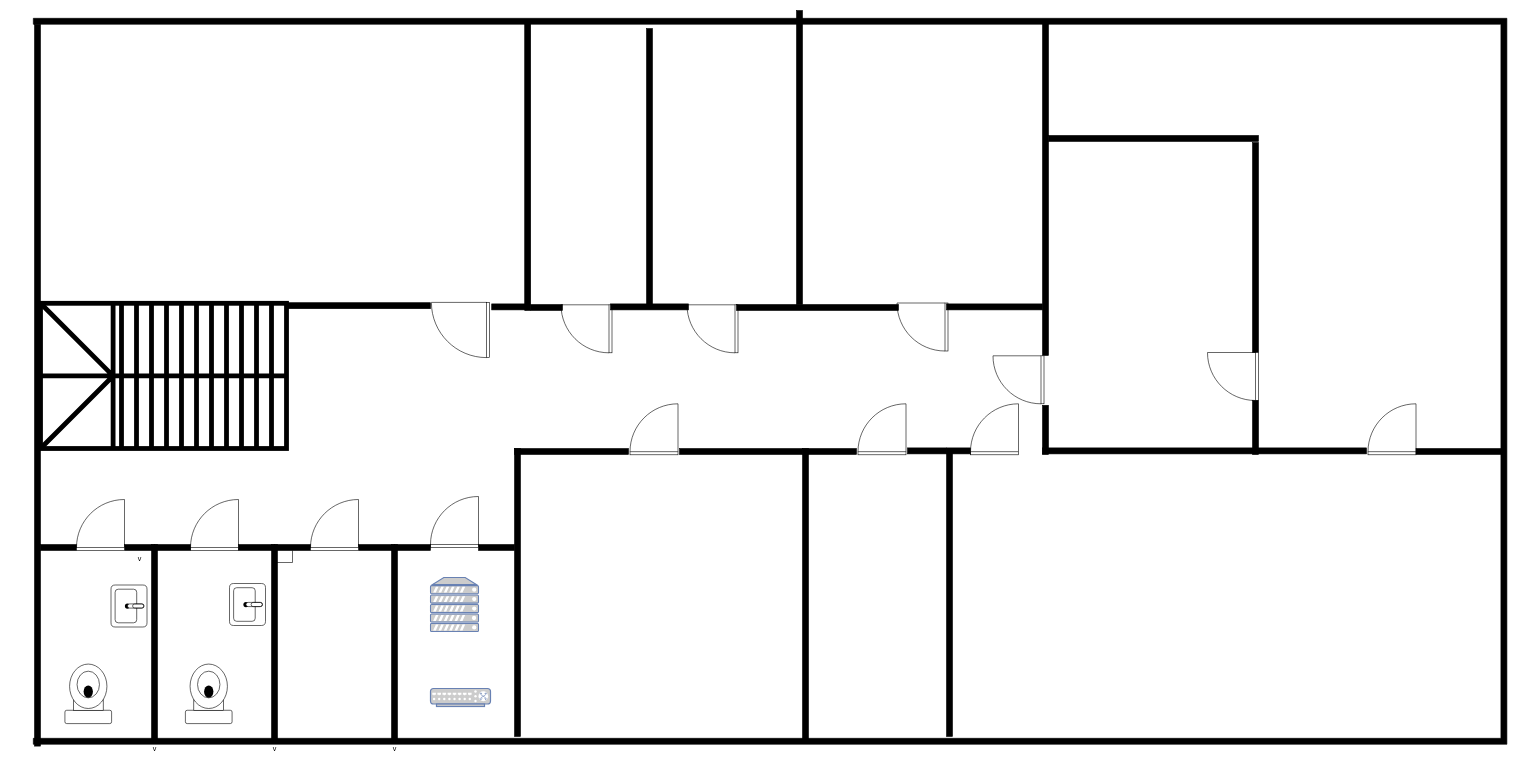
Earlier version of the draw.io diagram Диаграмма без названия.drawio (r200256/City_Lan). Source tidied: cells renumbered, new cells numbered last; positions are measured from the earlier drawing's top-left corner, leaving out a move shared by most shapes. Both pictures are drawn from the tidied source at 60%, with x=0, y=0 at pixel (10, -356).
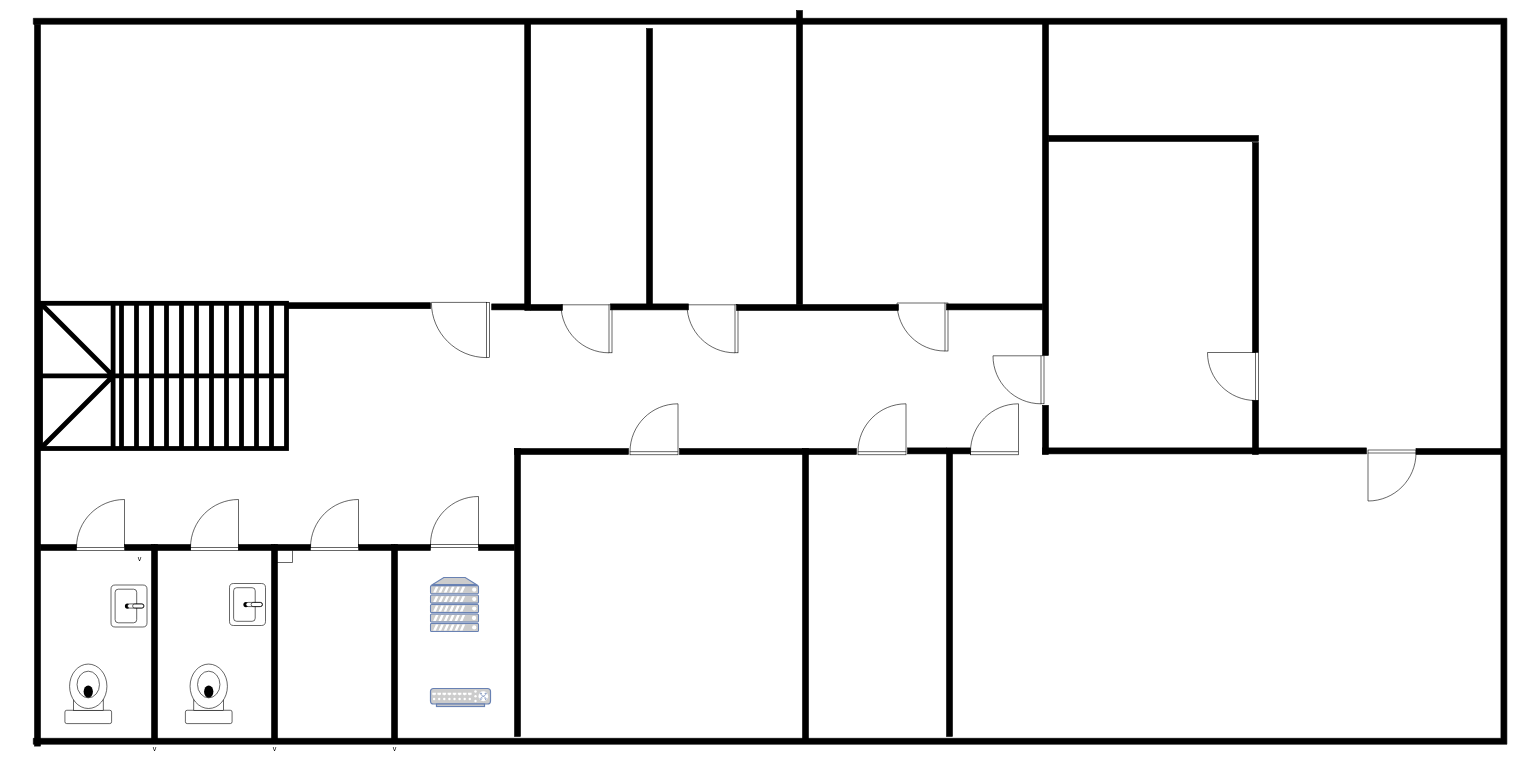
After the change.

Diff of the diagram source:
```diff
@@
-    <mxCell id="57" style="verticalLabelPosition=bottom;html=1;verticalAlign=top;align=center;strokeWidth=1;shape=mxgraph.floorplan.doorLeft;rounded=0;shadow=0;comic=0;fontFamily=Verdana;fontSize=12;rotation=90;flipV=1;flipH=1;direction=north;" parent="1" vertex="1">
-      <mxGeometry x="2260" y="1268" width="85" height="80" as="geometry" />
+    <mxCell id="57" style="verticalLabelPosition=bottom;html=1;verticalAlign=top;align=center;strokeWidth=1;shape=mxgraph.floorplan.doorLeft;rounded=0;shadow=0;comic=0;fontFamily=Verdana;fontSize=12;rotation=90;flipV=1;flipH=1;direction=south;" parent="1" vertex="1">
+      <mxGeometry x="2260" y="1345" width="85" height="80" as="geometry" />
     </mxCell>
```
